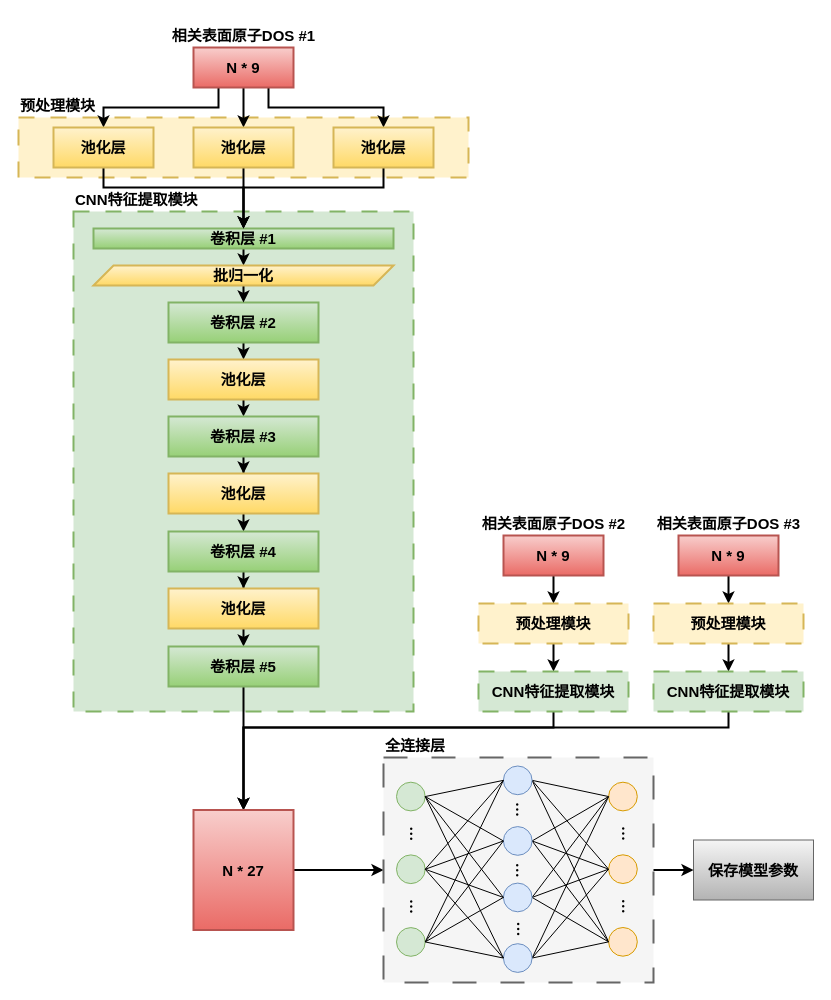
The draw.io diagram DOS-CNN.drawio in 2896498573/Redgon, before the edit. Source tidied: cells renumbered, new cells numbered last; positions are measured from the earlier drawing's top-left corner, leaving out a move shared by most shapes. Both pictures are drawn from the tidied source at 100%, with x=0, y=0 at pixel (18, 17).
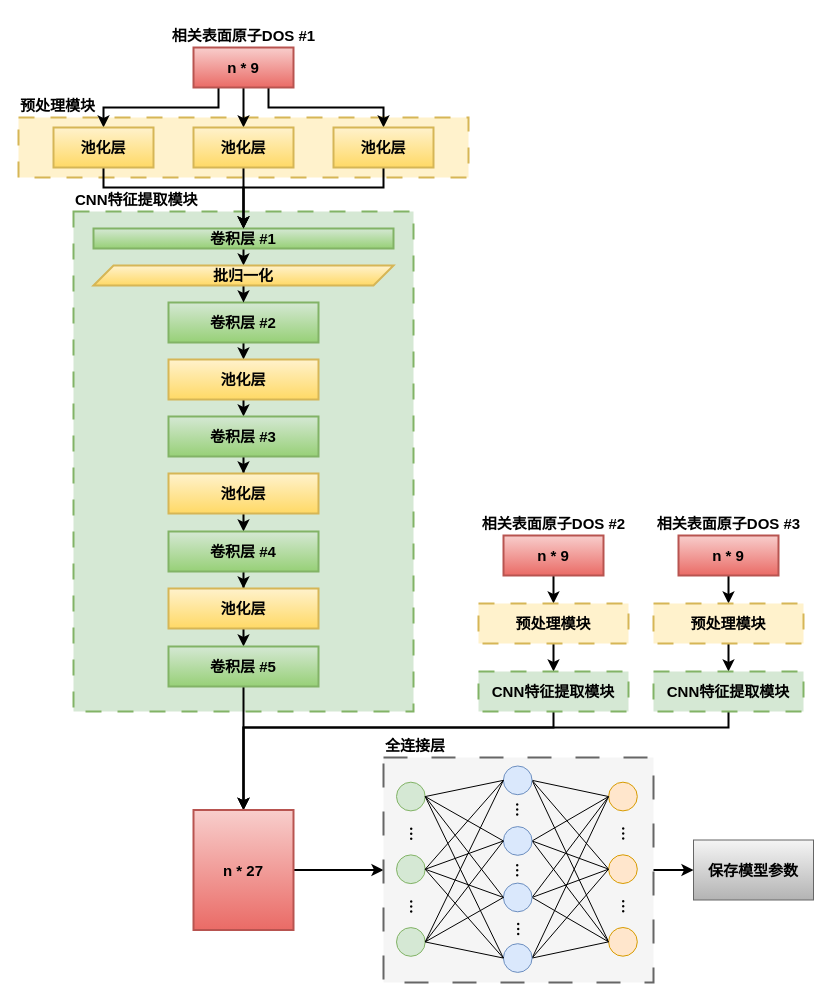
Above is the later version.

What changed in the source:
```diff
@@
-    <mxCell id="6" value="&lt;font style=&quot;font-size: 15px;&quot;&gt;N * 9&lt;/font&gt;" style="rounded=0;whiteSpace=wrap;html=1;fontSize=15;strokeWidth=2;fillColor=#f8cecc;strokeColor=#b85450;gradientColor=#ea6b66;labelBorderColor=none;fontStyle=1;" parent="1" vertex="1">
+    <mxCell id="6" value="&lt;font style=&quot;font-size: 15px;&quot;&gt;n * 9&lt;/font&gt;" style="rounded=0;whiteSpace=wrap;html=1;fontSize=15;strokeWidth=2;fillColor=#f8cecc;strokeColor=#b85450;gradientColor=#ea6b66;labelBorderColor=none;fontStyle=1;" parent="1" vertex="1">
       <mxGeometry x="175" y="30" width="100" height="40" as="geometry" />
     </mxCell>
@@
-    <mxCell id="35" value="&lt;font style=&quot;font-size: 15px;&quot;&gt;N * 9&lt;/font&gt;" style="rounded=0;whiteSpace=wrap;html=1;fontSize=15;strokeWidth=2;fillColor=#f8cecc;strokeColor=#b85450;gradientColor=#ea6b66;labelBorderColor=none;fontStyle=1;" parent="1" vertex="1">
+    <mxCell id="35" value="&lt;font style=&quot;font-size: 15px;&quot;&gt;n * 9&lt;/font&gt;" style="rounded=0;whiteSpace=wrap;html=1;fontSize=15;strokeWidth=2;fillColor=#f8cecc;strokeColor=#b85450;gradientColor=#ea6b66;labelBorderColor=none;fontStyle=1;" parent="1" vertex="1">
       <mxGeometry x="485" y="518" width="100" height="40" as="geometry" />
     </mxCell>
@@
-    <mxCell id="41" value="&lt;font style=&quot;font-size: 15px;&quot;&gt;N * 9&lt;/font&gt;" style="rounded=0;whiteSpace=wrap;html=1;fontSize=15;strokeWidth=2;fillColor=#f8cecc;strokeColor=#b85450;gradientColor=#ea6b66;labelBorderColor=none;fontStyle=1;" parent="1" vertex="1">
+    <mxCell id="41" value="&lt;font style=&quot;font-size: 15px;&quot;&gt;n * 9&lt;/font&gt;" style="rounded=0;whiteSpace=wrap;html=1;fontSize=15;strokeWidth=2;fillColor=#f8cecc;strokeColor=#b85450;gradientColor=#ea6b66;labelBorderColor=none;fontStyle=1;" parent="1" vertex="1">
       <mxGeometry x="660" y="518" width="100" height="40" as="geometry" />
     </mxCell>
@@
-    <mxCell id="50" value="&lt;font style=&quot;font-size: 15px;&quot;&gt;N * 27&lt;/font&gt;" style="rounded=0;whiteSpace=wrap;html=1;fontSize=15;strokeWidth=2;fillColor=#f8cecc;strokeColor=#b85450;gradientColor=#ea6b66;labelBorderColor=none;fontStyle=1;" parent="1" vertex="1">
+    <mxCell id="50" value="&lt;font style=&quot;font-size: 15px;&quot;&gt;n * 27&lt;/font&gt;" style="rounded=0;whiteSpace=wrap;html=1;fontSize=15;strokeWidth=2;fillColor=#f8cecc;strokeColor=#b85450;gradientColor=#ea6b66;labelBorderColor=none;fontStyle=1;" parent="1" vertex="1">
       <mxGeometry x="175" y="792.5" width="100" height="120" as="geometry" />
     </mxCell>
```
